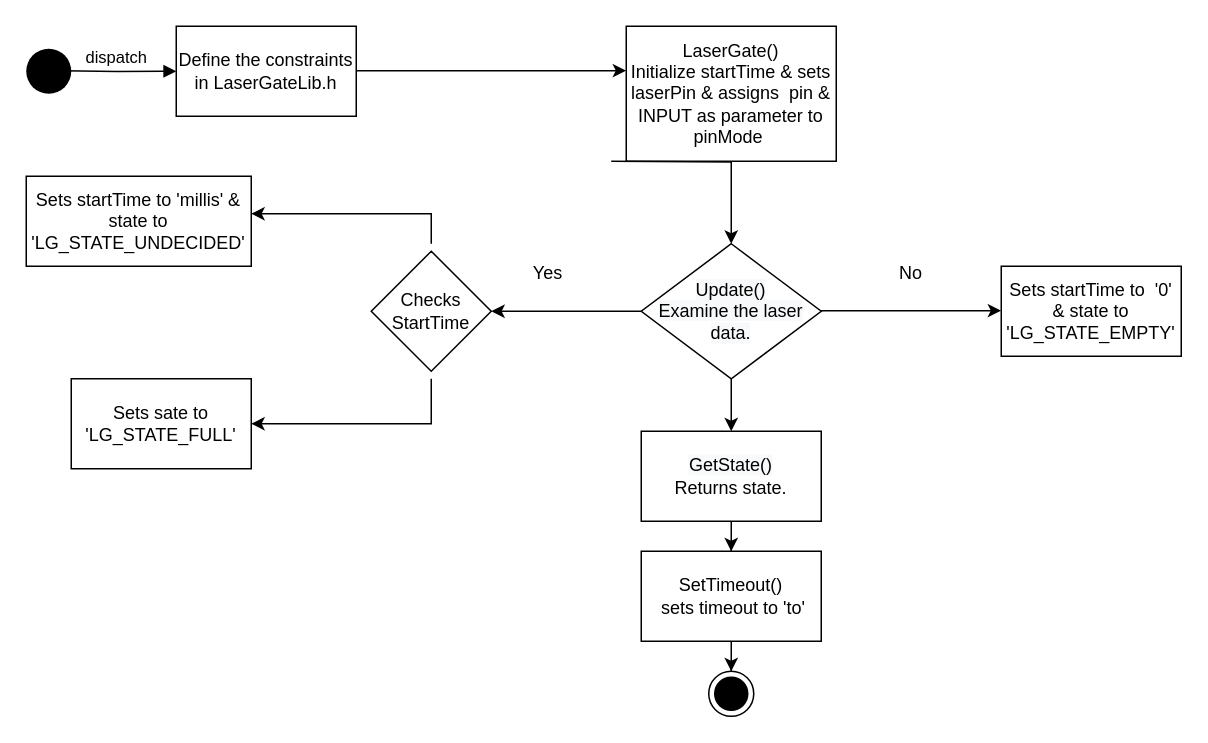
Earlier version of the draw.io diagram Diagrams/Lasergate.drawio (Daniel-Git-Hub/ENGG3000_T6). Source tidied: cells renumbered, new cells numbered last; positions are measured from the earlier drawing's top-left corner, leaving out a move shared by most shapes. Both pictures are drawn from the tidied source at 150%, with x=0, y=0 at pixel (26, 26).
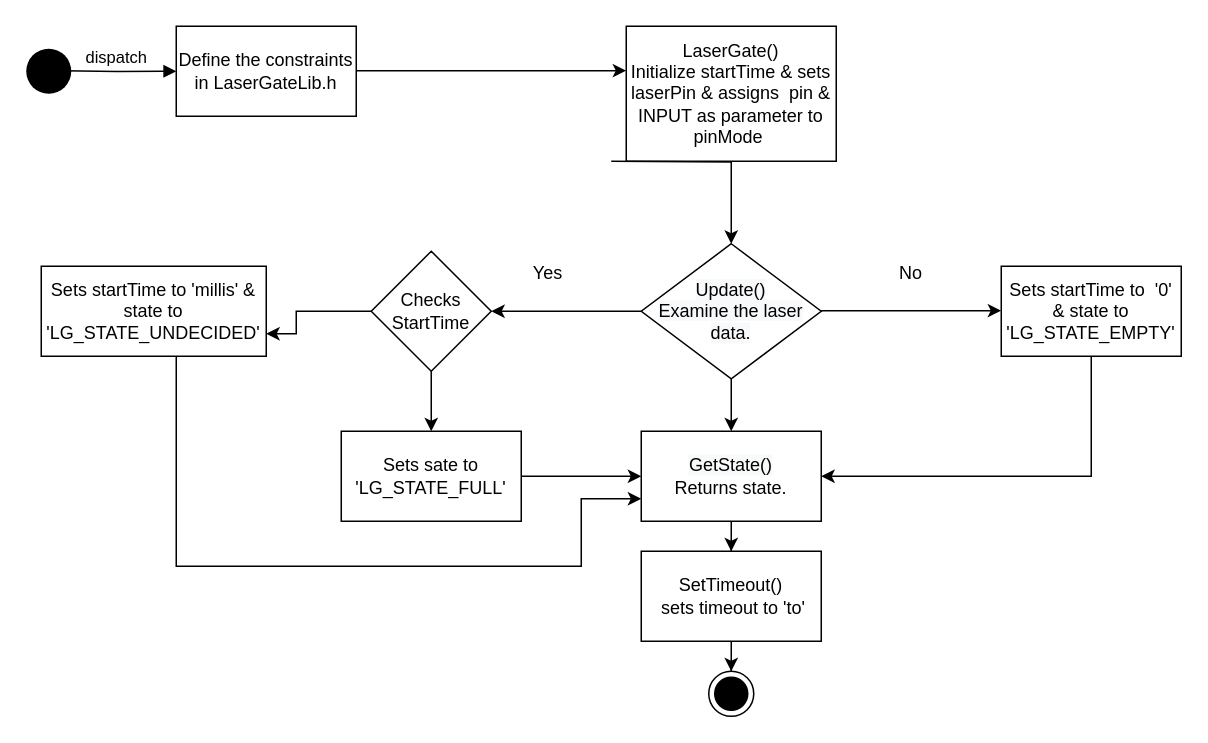
After the change.

Unchanged cells that the change refers to:
```xml
<mxCell id="5" value="&lt;span style=&quot;color: rgb(0 , 0 , 0) ; font-family: &amp;#34;helvetica&amp;#34; ; font-size: 12px ; font-style: normal ; font-weight: 400 ; letter-spacing: normal ; text-align: center ; text-indent: 0px ; text-transform: none ; word-spacing: 0px ; background-color: rgb(248 , 249 , 250) ; display: inline ; float: none&quot;&gt;GetState()&lt;br&gt;&lt;/span&gt;Returns state." style="rounded=0;whiteSpace=wrap;html=1;" parent="1" vertex="1">
  <mxGeometry x="410" y="270" width="120" height="60" as="geometry" />
</mxCell>
<mxCell id="16" value="Checks StartTime" style="rhombus;whiteSpace=wrap;html=1;" parent="1" vertex="1">
  <mxGeometry x="230" y="150" width="80" height="80" as="geometry" />
</mxCell>
<mxCell id="19" value="Sets startTime to&amp;nbsp; '0' &amp;amp; state to 'LG_STATE_EMPTY'" style="rounded=0;whiteSpace=wrap;html=1;" parent="1" vertex="1">
  <mxGeometry x="650" y="160" width="120" height="60" as="geometry" />
</mxCell>
```

Diff of the diagram source:
```diff
@@
+    <mxCell id="26" style="edgeStyle=orthogonalEdgeStyle;rounded=0;jettySize=auto;html=1;entryX=0;entryY=0.5;entryDx=0;entryDy=0;" parent="1" edge="1" source="3" target="5">
+      <mxGeometry relative="1" as="geometry" />
+    </mxCell>
     <mxCell id="3" value="Sets sate to 'LG_STATE_FULL'" style="rounded=0;whiteSpace=wrap;html=1;" parent="1" vertex="1">
-      <mxGeometry x="30" y="235" width="120" height="60" as="geometry" />
+      <mxGeometry x="210" y="270" width="120" height="60" as="geometry" />
     </mxCell>
@@
+    <mxCell id="27" style="edgeStyle=orthogonalEdgeStyle;rounded=0;jettySize=auto;html=1;entryX=0;entryY=0.75;entryDx=0;entryDy=0;" parent="1" edge="1" source="15" target="5">
+      <mxGeometry relative="1" as="geometry">
+        <Array as="points">
+          <mxPoint x="100" y="360" />
+          <mxPoint x="370" y="360" />
+          <mxPoint x="370" y="315" />
+        </Array>
+      </mxGeometry>
+    </mxCell>
     <mxCell id="15" value="Sets startTime to 'millis' &amp;amp; state to 'LG_STATE_UNDECIDED'" style="rounded=0;whiteSpace=wrap;html=1;" parent="1" vertex="1">
-      <mxGeometry y="100" width="150" height="60" as="geometry" />
+      <mxGeometry x="10" y="160" width="150" height="60" as="geometry" />
     </mxCell>
+    <mxCell id="28" style="edgeStyle=orthogonalEdgeStyle;rounded=0;jettySize=auto;html=1;entryX=0.5;entryY=0;entryDx=0;entryDy=0;" parent="1" edge="1" source="16" target="3">
+      <mxGeometry relative="1" as="geometry" />
+    </mxCell>
+    <mxCell id="29" style="edgeStyle=orthogonalEdgeStyle;rounded=0;jettySize=auto;html=1;entryX=1;entryY=0.75;entryDx=0;entryDy=0;" parent="1" edge="1" source="16" target="15">
+      <mxGeometry relative="1" as="geometry">
+        <Array as="points">
+          <mxPoint x="180" y="190" />
+        </Array>
+      </mxGeometry>
+    </mxCell>
@@
+    <mxCell id="30" style="edgeStyle=orthogonalEdgeStyle;rounded=0;jettySize=auto;html=1;exitX=0.5;exitY=1;exitDx=0;exitDy=0;entryX=1;entryY=0.5;entryDx=0;entryDy=0;" parent="1" edge="1" source="19" target="5">
+      <mxGeometry relative="1" as="geometry" />
+    </mxCell>
@@
-    <mxCell id="22" style="edgeStyle=segmentEdgeStyle;endArrow=classic;html=1;rounded=0;" parent="1" edge="1">
-      <mxGeometry relative="1" as="geometry">
-        <mxPoint x="270" y="145" as="sourcePoint" />
-        <mxPoint x="150" y="125" as="targetPoint" />
-        <Array as="points">
-          <mxPoint x="260" y="125" />
-          <mxPoint x="260" y="125" />
-        </Array>
-      </mxGeometry>
-    </mxCell>
-    <mxCell id="23" style="edgeStyle=segmentEdgeStyle;endArrow=classic;html=1;rounded=0;entryX=1;entryY=0.5;entryDx=0;entryDy=0;" parent="1" edge="1" target="3">
-      <mxGeometry relative="1" as="geometry">
-        <mxPoint x="270" y="235" as="sourcePoint" />
-        <Array as="points">
-          <mxPoint x="270" y="265" />
-        </Array>
-      </mxGeometry>
-    </mxCell>
```
